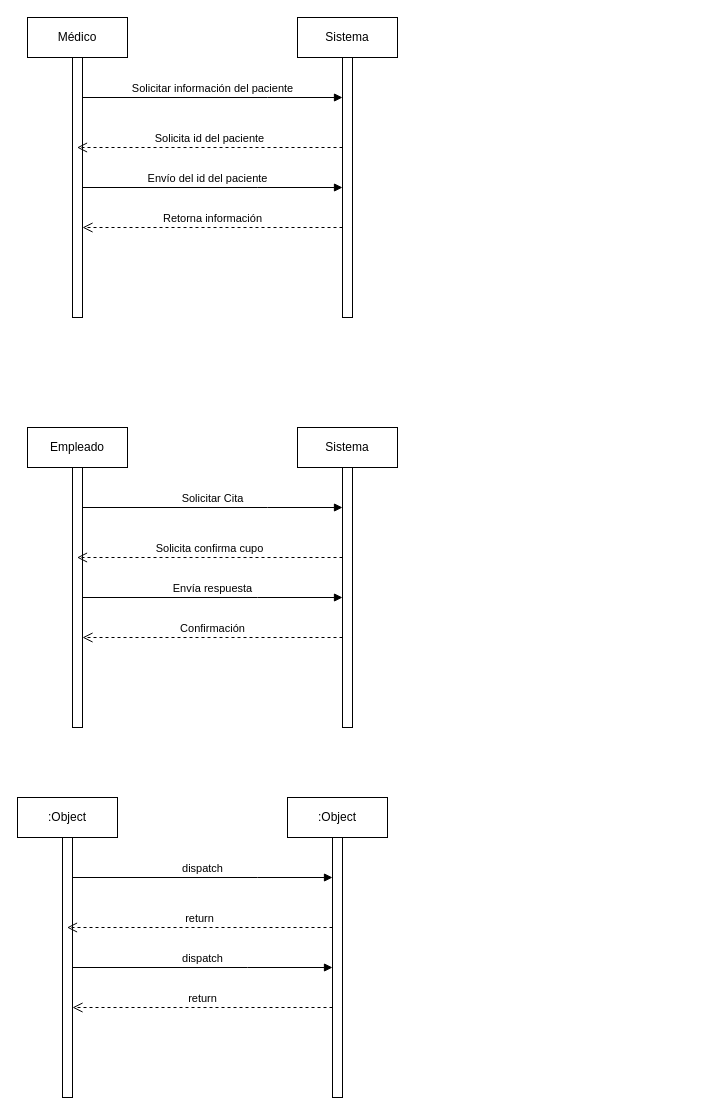
Above: page "Secuencia" (3 of 4) of ProyectoING.Softwarell/CasosdeUso.drawio in ElJason/Draw_Diagramas (draw.io), before the change. Source tidied: cells renumbered, new cells numbered last; positions are measured from the earlier drawing's top-left corner, leaving out a move shared by most shapes. Both pictures are drawn from the tidied source at 100%, with x=0, y=0 at pixel (17, 17).
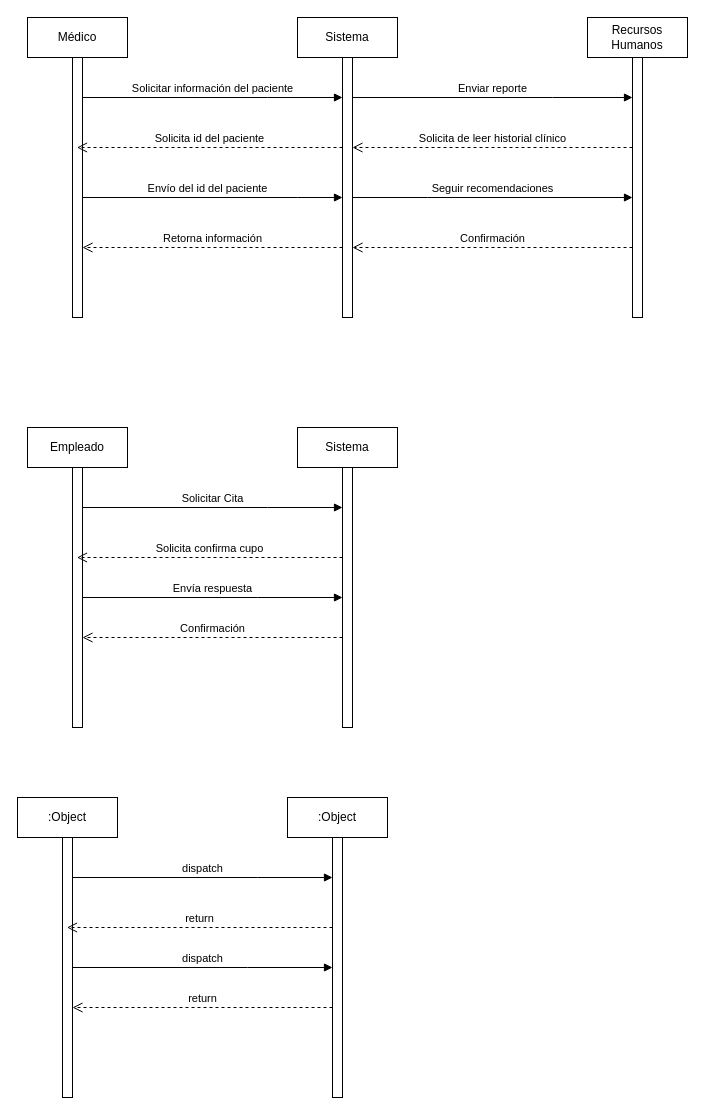
The same diagram, later.

The change refers to these unchanged cells:
```xml
<mxCell id="3" style="html=1;points=[];perimeter=orthogonalPerimeter;outlineConnect=0;targetShapes=umlLifeline;portConstraint=eastwest;newEdgeStyle={&quot;edgeStyle&quot;:&quot;elbowEdgeStyle&quot;,&quot;elbow&quot;:&quot;vertical&quot;,&quot;curved&quot;:0,&quot;rounded&quot;:0};" parent="2" vertex="1">
  <mxGeometry x="45" y="40" width="10" height="260" as="geometry" />
</mxCell>
<mxCell id="5" style="html=1;points=[];perimeter=orthogonalPerimeter;outlineConnect=0;targetShapes=umlLifeline;portConstraint=eastwest;newEdgeStyle={&quot;edgeStyle&quot;:&quot;elbowEdgeStyle&quot;,&quot;elbow&quot;:&quot;vertical&quot;,&quot;curved&quot;:0,&quot;rounded&quot;:0};" parent="4" vertex="1">
  <mxGeometry x="45" y="40" width="10" height="260" as="geometry" />
</mxCell>
```

Change to the diagram source:
```diff
@@
     <mxCell id="8" value="Envío del id del paciente" style="html=1;verticalAlign=bottom;endArrow=block;edgeStyle=elbowEdgeStyle;elbow=vertical;curved=0;rounded=0;" parent="1" edge="1" source="3" target="5">
       <mxGeometry x="-0.04" relative="1" as="geometry">
         <Array as="points">
+          <mxPoint x="280" y="180" />
           <mxPoint x="240" y="170" />
           <mxPoint x="260" y="160" />
         </Array>
       </mxGeometry>
     </mxCell>
     <mxCell id="9" value="Retorna información" style="html=1;verticalAlign=bottom;endArrow=open;dashed=1;endSize=8;edgeStyle=elbowEdgeStyle;elbow=vertical;curved=0;rounded=0;" parent="1" edge="1" source="5" target="3">
       <mxGeometry relative="1" as="geometry">
         <Array as="points">
+          <mxPoint x="290" y="230" />
+          <mxPoint x="260" y="220" />
           <mxPoint x="230" y="210" />
         </Array>
       </mxGeometry>
     </mxCell>
@@
+    <mxCell id="26" value="Recursos Humanos" style="shape=umlLifeline;perimeter=lifelinePerimeter;whiteSpace=wrap;html=1;newEdgeStyle={&quot;edgeStyle&quot;:&quot;elbowEdgeStyle&quot;,&quot;elbow&quot;:&quot;vertical&quot;,&quot;curved&quot;:0,&quot;rounded&quot;:0};" parent="1" vertex="1">
+      <mxGeometry x="570" width="100" height="300" as="geometry" />
+    </mxCell>
+    <mxCell id="27" style="html=1;points=[];perimeter=orthogonalPerimeter;outlineConnect=0;targetShapes=umlLifeline;portConstraint=eastwest;newEdgeStyle={&quot;edgeStyle&quot;:&quot;elbowEdgeStyle&quot;,&quot;elbow&quot;:&quot;vertical&quot;,&quot;curved&quot;:0,&quot;rounded&quot;:0};" parent="26" vertex="1">
+      <mxGeometry x="45" y="40" width="10" height="260" as="geometry" />
+    </mxCell>
+    <mxCell id="28" value="Enviar reporte" style="html=1;verticalAlign=bottom;endArrow=block;edgeStyle=elbowEdgeStyle;elbow=vertical;curved=0;rounded=0;" parent="1" edge="1" source="5" target="27">
+      <mxGeometry relative="1" as="geometry">
+        <Array as="points">
+          <mxPoint x="535" y="80" />
+        </Array>
+      </mxGeometry>
+    </mxCell>
+    <mxCell id="29" value="Solicita de leer historial clínico" style="html=1;verticalAlign=bottom;endArrow=open;dashed=1;endSize=8;edgeStyle=elbowEdgeStyle;elbow=vertical;curved=0;rounded=0;" parent="1" edge="1" source="27" target="5">
+      <mxGeometry relative="1" as="geometry">
+        <Array as="points">
+          <mxPoint x="510" y="130" />
+        </Array>
+      </mxGeometry>
+    </mxCell>
+    <mxCell id="30" value="Seguir recomendaciones" style="html=1;verticalAlign=bottom;endArrow=block;edgeStyle=elbowEdgeStyle;elbow=vertical;curved=0;rounded=0;" parent="1" edge="1" source="5" target="27">
+      <mxGeometry relative="1" as="geometry">
+        <Array as="points">
+          <mxPoint x="410" y="180" />
+          <mxPoint x="380" y="170" />
+          <mxPoint x="530" y="180" />
+        </Array>
+      </mxGeometry>
+    </mxCell>
+    <mxCell id="31" value="Confirmación" style="html=1;verticalAlign=bottom;endArrow=open;dashed=1;endSize=8;edgeStyle=elbowEdgeStyle;elbow=vertical;curved=0;rounded=0;" parent="1" edge="1" source="27" target="5">
+      <mxGeometry relative="1" as="geometry">
+        <Array as="points">
+          <mxPoint x="450" y="230" />
+          <mxPoint x="410" y="220" />
+          <mxPoint x="390" y="210" />
+          <mxPoint x="505" y="230" />
+        </Array>
+      </mxGeometry>
+    </mxCell>
```
